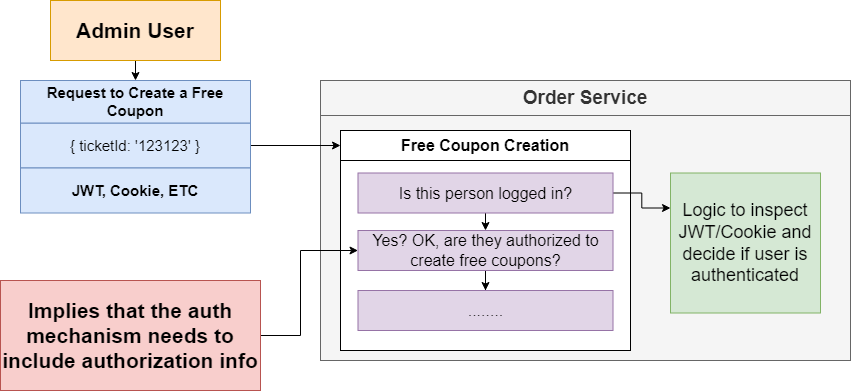
Before: documents/assets/auth/require-auth-2.png, a diagram exported from draw.io (MicroDevHub/book-store-app). Source tidied: cells renumbered, new cells last; positions are measured from the earlier drawing's top-left corner, leaving out a move shared by most shapes. Source of this version:
```xml
<mxGraphModel>
  <root>
    <mxCell id="0" />
    <mxCell id="1" parent="0" />
    <mxCell id="2" style="rounded=0;whiteSpace=wrap;html=1;fillColor=#f5f5f5;strokeColor=#666666;fontColor=#333333;fontStyle=1;fontSize=19;" parent="1" vertex="1">
      <mxGeometry x="320" y="115" width="530" height="245" as="geometry" />
    </mxCell>
    <mxCell id="3" style="edgeStyle=orthogonalEdgeStyle;rounded=0;jettySize=auto;html=1;exitX=1;exitY=0.5;exitDx=0;exitDy=0;fontSize=16;" parent="1" edge="1" source="4" target="8">
      <mxGeometry relative="1" as="geometry" />
    </mxCell>
    <mxCell id="4" value="{ ticketId: '123123' }" style="rounded=0;whiteSpace=wrap;html=1;fontSize=15;fillColor=#dae8fc;strokeColor=#6c8ebf;" parent="1" vertex="1">
      <mxGeometry x="20" y="122.5" width="230" height="45" as="geometry" />
    </mxCell>
    <mxCell id="5" value="&lt;b&gt;Request to Create a Free Coupon&lt;/b&gt;" style="rounded=0;whiteSpace=wrap;html=1;fontSize=15;fillColor=#dae8fc;strokeColor=#6c8ebf;" parent="1" vertex="1">
      <mxGeometry x="20" y="80" width="230" height="42.5" as="geometry" />
    </mxCell>
    <mxCell id="6" value="JWT, Cookie, ETC" style="rounded=0;whiteSpace=wrap;html=1;fontSize=15;fillColor=#dae8fc;strokeColor=#6c8ebf;fontStyle=1;" parent="1" vertex="1">
      <mxGeometry x="20" y="167.5" width="230" height="45" as="geometry" />
    </mxCell>
    <mxCell id="7" value="Order Service" style="rounded=0;whiteSpace=wrap;html=1;fillColor=#f5f5f5;strokeColor=#666666;fontColor=#333333;fontStyle=1;fontSize=19;" parent="1" vertex="1">
      <mxGeometry x="320" y="80" width="530" height="35" as="geometry" />
    </mxCell>
    <mxCell id="8" value="&lt;b&gt;Free Coupon Creation&lt;/b&gt;" style="rounded=0;whiteSpace=wrap;html=1;fontSize=16;" parent="1" vertex="1">
      <mxGeometry x="340" y="130" width="290" height="30" as="geometry" />
    </mxCell>
    <mxCell id="9" style="rounded=0;whiteSpace=wrap;html=1;fontSize=16;" parent="1" vertex="1">
      <mxGeometry x="340" y="160" width="290" height="190" as="geometry" />
    </mxCell>
    <mxCell id="10" style="edgeStyle=orthogonalEdgeStyle;rounded=0;jettySize=auto;html=1;exitX=0.5;exitY=1;exitDx=0;exitDy=0;entryX=0.5;entryY=0;entryDx=0;entryDy=0;fontSize=16;" parent="1" edge="1" source="12" target="14">
      <mxGeometry relative="1" as="geometry" />
    </mxCell>
    <mxCell id="11" style="edgeStyle=orthogonalEdgeStyle;rounded=0;jettySize=auto;html=1;exitX=1;exitY=0.5;exitDx=0;exitDy=0;entryX=0;entryY=0.25;entryDx=0;entryDy=0;fontSize=18;" parent="1" edge="1" source="12" target="16">
      <mxGeometry relative="1" as="geometry" />
    </mxCell>
    <mxCell id="12" value="Is this person logged in?" style="rounded=0;whiteSpace=wrap;html=1;fontSize=16;fillColor=#e1d5e7;strokeColor=#9673a6;" parent="1" vertex="1">
      <mxGeometry x="357.5" y="172.5" width="255" height="40" as="geometry" />
    </mxCell>
    <mxCell id="13" style="edgeStyle=orthogonalEdgeStyle;rounded=0;jettySize=auto;html=1;exitX=0.5;exitY=1;exitDx=0;exitDy=0;fontSize=16;" parent="1" edge="1" source="14" target="15">
      <mxGeometry relative="1" as="geometry" />
    </mxCell>
    <mxCell id="14" value="Yes? OK, are they authorized to create free coupons?" style="rounded=0;whiteSpace=wrap;html=1;fontSize=16;fillColor=#e1d5e7;strokeColor=#9673a6;" parent="1" vertex="1">
      <mxGeometry x="357.5" y="230" width="255" height="40" as="geometry" />
    </mxCell>
    <mxCell id="15" value="........" style="rounded=0;whiteSpace=wrap;html=1;fontSize=16;fillColor=#e1d5e7;strokeColor=#9673a6;" parent="1" vertex="1">
      <mxGeometry x="357.5" y="290" width="255" height="40" as="geometry" />
    </mxCell>
    <mxCell id="16" value="Logic to inspect JWT/Cookie and decide if user is authenticated" style="rounded=0;whiteSpace=wrap;html=1;shadow=0;labelBackgroundColor=none;fontSize=18;fillColor=#d5e8d4;strokeColor=#82b366;" parent="1" vertex="1">
      <mxGeometry x="670" y="172.5" width="150" height="140" as="geometry" />
    </mxCell>
    <mxCell id="17" style="edgeStyle=orthogonalEdgeStyle;rounded=0;jettySize=auto;html=1;exitX=1;exitY=0.5;exitDx=0;exitDy=0;entryX=0;entryY=0.5;entryDx=0;entryDy=0;fontSize=21;" parent="1" edge="1" source="18" target="14">
      <mxGeometry relative="1" as="geometry">
        <Array as="points">
          <mxPoint x="300" y="335" />
          <mxPoint x="300" y="250" />
        </Array>
      </mxGeometry>
    </mxCell>
    <mxCell id="18" value="Implies that the auth mechanism needs to include authorization info" style="rounded=0;whiteSpace=wrap;html=1;fontSize=21;align=center;fillColor=#f8cecc;strokeColor=#b85450;fontStyle=1;" parent="1" vertex="1">
      <mxGeometry y="280" width="260" height="110" as="geometry" />
    </mxCell>
    <mxCell id="19" style="edgeStyle=orthogonalEdgeStyle;rounded=0;jettySize=auto;html=1;exitX=0.5;exitY=1;exitDx=0;exitDy=0;entryX=0.5;entryY=0;entryDx=0;entryDy=0;fontSize=21;" parent="1" edge="1" source="20" target="5">
      <mxGeometry relative="1" as="geometry" />
    </mxCell>
    <mxCell id="20" value="&lt;b style=&quot;font-size: 21px;&quot;&gt;Admin User&lt;/b&gt;" style="rounded=0;whiteSpace=wrap;html=1;fontSize=21;fillColor=#ffe6cc;strokeColor=#d79b00;" parent="1" vertex="1">
      <mxGeometry x="50" width="170" height="60" as="geometry" />
    </mxCell>
  </root>
</mxGraphModel>
```
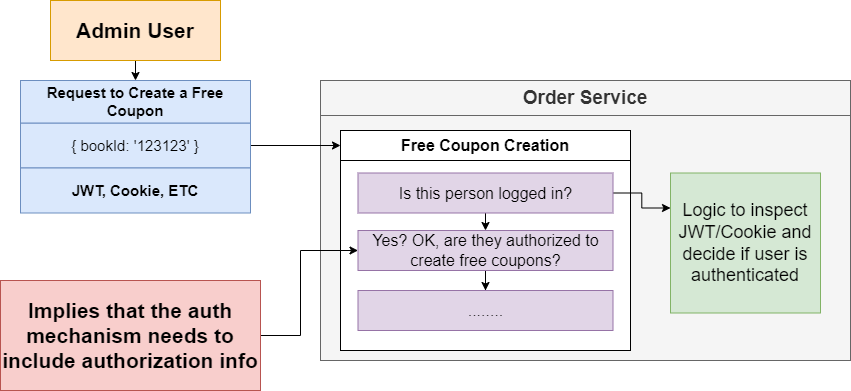
Later version of the same file.

The edit, as a diff of the source:
```diff
@@ -8,7 +8,7 @@
     <mxCell id="3" style="edgeStyle=orthogonalEdgeStyle;rounded=0;jettySize=auto;html=1;exitX=1;exitY=0.5;exitDx=0;exitDy=0;fontSize=16;" parent="1" edge="1" source="4" target="8">
       <mxGeometry relative="1" as="geometry" />
     </mxCell>
-    <mxCell id="4" value="{ ticketId: '123123' }" style="rounded=0;whiteSpace=wrap;html=1;fontSize=15;fillColor=#dae8fc;strokeColor=#6c8ebf;" parent="1" vertex="1">
+    <mxCell id="4" value="{ bookId: '123123' }" style="rounded=0;whiteSpace=wrap;html=1;fontSize=15;fillColor=#dae8fc;strokeColor=#6c8ebf;" parent="1" vertex="1">
       <mxGeometry x="20" y="122.5" width="230" height="45" as="geometry" />
     </mxCell>
     <mxCell id="5" value="&lt;b&gt;Request to Create a Free Coupon&lt;/b&gt;" style="rounded=0;whiteSpace=wrap;html=1;fontSize=15;fillColor=#dae8fc;strokeColor=#6c8ebf;" parent="1" vertex="1">
```
